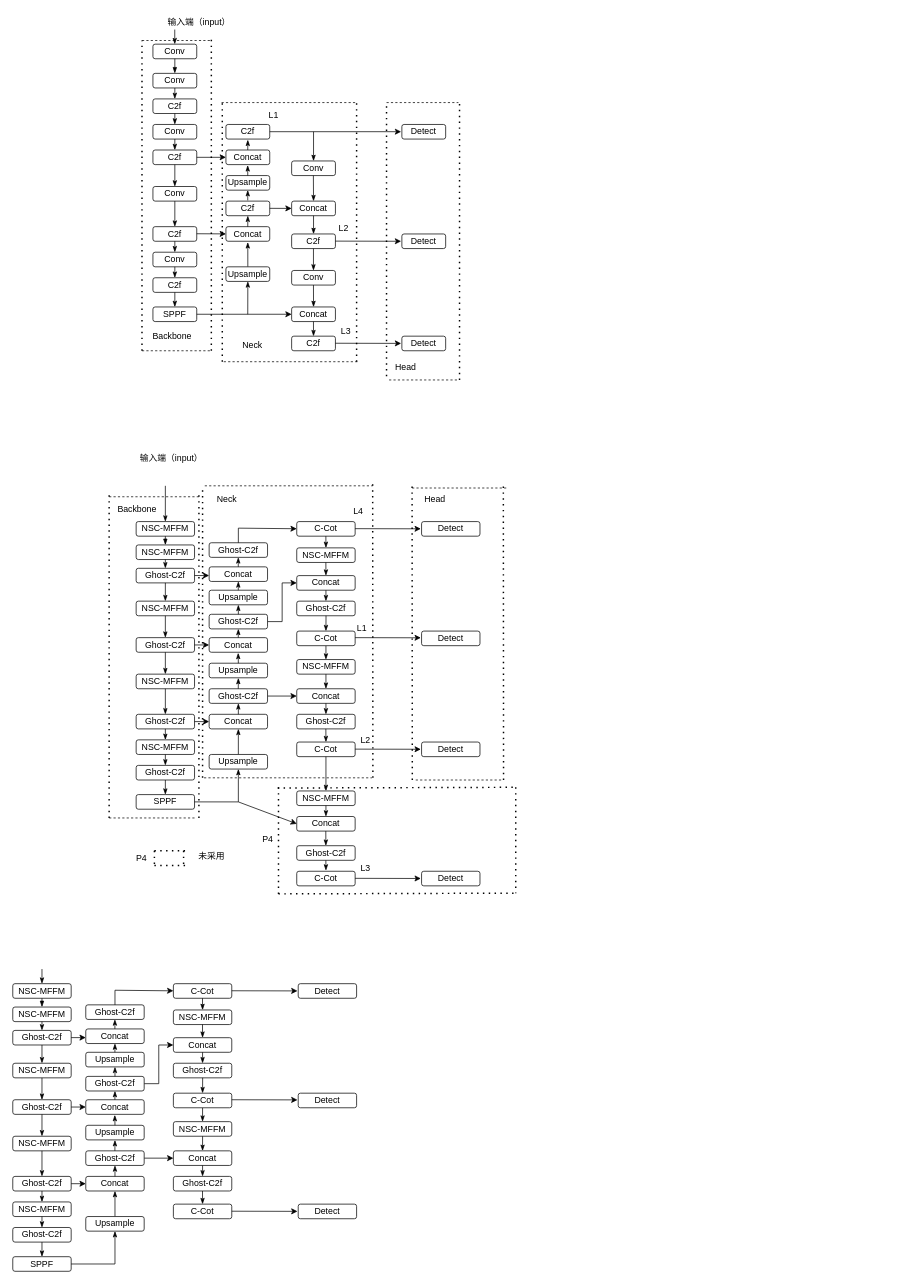
Before: nscot_yolo.drawio in recluse99/tcp_ip, a draw.io diagram. Source tidied: cells renumbered, new cells numbered last; positions are measured from the earlier drawing's top-left corner, leaving out a move shared by most shapes. Both pictures are drawn from the tidied source at 73%, with x=0, y=0 at pixel (12, 12).
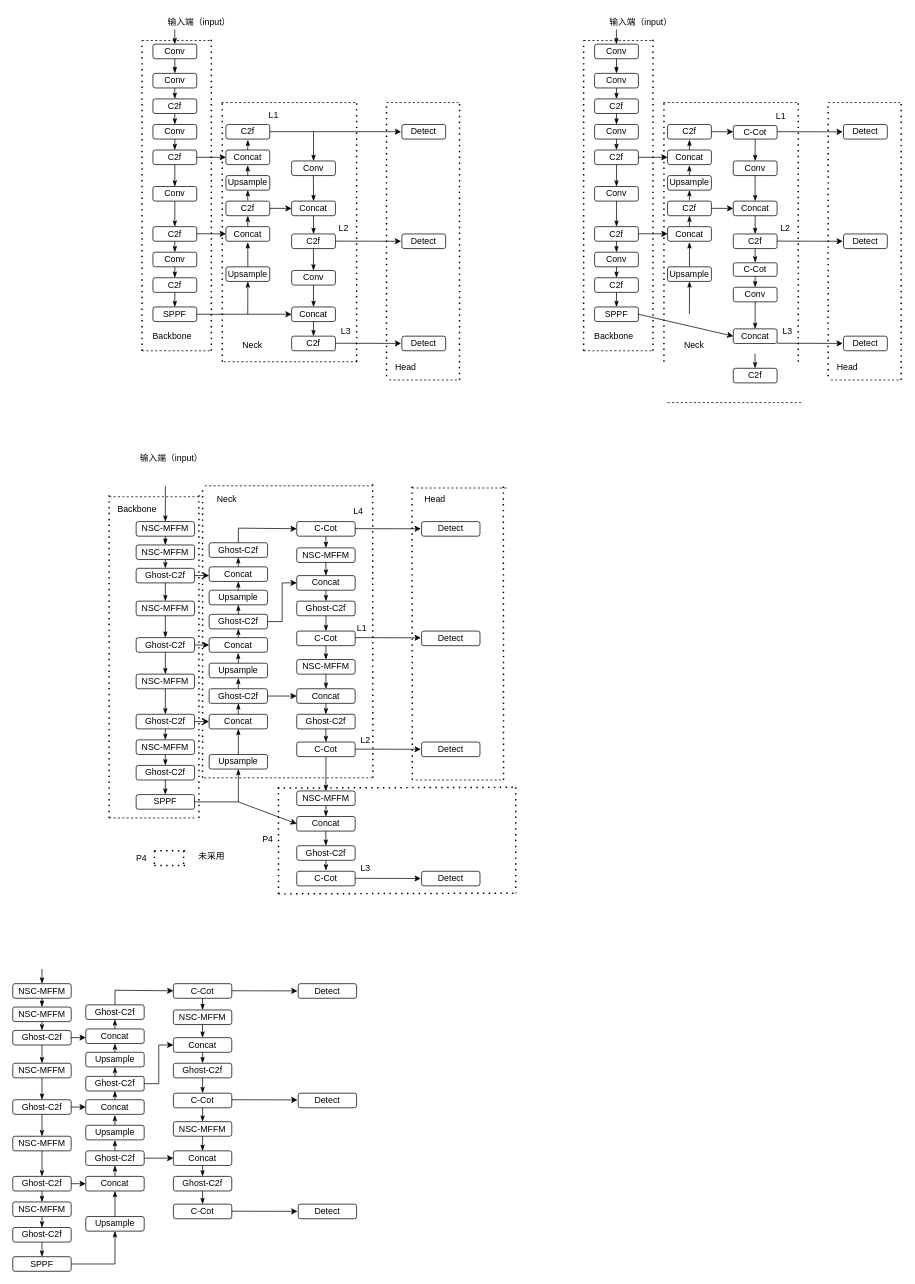
The same diagram, later.

What changed in the source:
```diff
@@
+    <mxCell id="254" value="Conv" style="rounded=1;whiteSpace=wrap;html=1;" parent="1" vertex="1">
+      <mxGeometry x="797" y="43" width="60" height="20" as="geometry" />
+    </mxCell>
+    <mxCell id="255" style="endArrow=blockThin;html=1;rounded=0;exitX=0.5;exitY=1;exitDx=0;exitDy=0;endFill=1;entryX=0.5;entryY=0;entryDx=0;entryDy=0;jumpSize=4;" parent="1" edge="1" source="254" target="256">
+      <mxGeometry relative="1" as="geometry" />
+    </mxCell>
+    <mxCell id="256" value="Conv" style="rounded=1;whiteSpace=wrap;html=1;" parent="1" vertex="1">
+      <mxGeometry x="797" y="83" width="60" height="20" as="geometry" />
+    </mxCell>
+    <mxCell id="257" style="endArrow=classicThin;html=1;rounded=0;exitX=0.5;exitY=1;exitDx=0;exitDy=0;endFill=1;entryX=0.5;entryY=0;entryDx=0;entryDy=0;" parent="1" edge="1" source="256" target="258">
+      <mxGeometry relative="1" as="geometry" />
+    </mxCell>
+    <mxCell id="258" value="C2f" style="rounded=1;whiteSpace=wrap;html=1;" parent="1" vertex="1">
+      <mxGeometry x="797" y="118" width="60" height="20" as="geometry" />
+    </mxCell>
+    <mxCell id="259" style="endArrow=classicThin;html=1;rounded=0;exitX=0.5;exitY=1;exitDx=0;exitDy=0;endFill=1;entryX=0.5;entryY=0;entryDx=0;entryDy=0;" parent="1" edge="1">
+      <mxGeometry relative="1" as="geometry">
+        <mxPoint x="826.9" y="23" as="sourcePoint" />
+        <mxPoint x="826.9" y="43" as="targetPoint" />
+      </mxGeometry>
+    </mxCell>
+    <mxCell id="260" value="输入端（input）" style="text;html=1;align=center;verticalAlign=middle;strokeColor=none;fillColor=none;" parent="1" vertex="1">
+      <mxGeometry x="808" width="104" height="26" as="geometry" />
+    </mxCell>
+    <mxCell id="261" style="endArrow=classicThin;html=1;rounded=0;exitX=0.5;exitY=1;exitDx=0;exitDy=0;endFill=1;entryX=0.5;entryY=0;entryDx=0;entryDy=0;" parent="1" edge="1" source="258" target="262">
+      <mxGeometry relative="1" as="geometry" />
+    </mxCell>
+    <mxCell id="262" value="Conv" style="rounded=1;whiteSpace=wrap;html=1;" parent="1" vertex="1">
+      <mxGeometry x="797" y="153" width="60" height="20" as="geometry" />
+    </mxCell>
+    <mxCell id="263" style="endArrow=classicThin;html=1;rounded=0;exitX=0.5;exitY=1;exitDx=0;exitDy=0;endFill=1;entryX=0.5;entryY=0;entryDx=0;entryDy=0;" parent="1" edge="1" source="262" target="264">
+      <mxGeometry relative="1" as="geometry" />
+    </mxCell>
+    <mxCell id="264" value="C2f" style="rounded=1;whiteSpace=wrap;html=1;" parent="1" vertex="1">
+      <mxGeometry x="797" y="188" width="60" height="20" as="geometry" />
+    </mxCell>
+    <mxCell id="265" style="endArrow=classicThin;html=1;rounded=0;exitX=0.5;exitY=1;exitDx=0;exitDy=0;endFill=1;entryX=0.5;entryY=0;entryDx=0;entryDy=0;" parent="1" edge="1" source="264" target="266">
+      <mxGeometry relative="1" as="geometry" />
+    </mxCell>
+    <mxCell id="266" value="Conv" style="rounded=1;whiteSpace=wrap;html=1;" parent="1" vertex="1">
+      <mxGeometry x="797" y="238" width="60" height="20" as="geometry" />
+    </mxCell>
+    <mxCell id="267" style="endArrow=classicThin;html=1;rounded=0;exitX=0.5;exitY=1;exitDx=0;exitDy=0;endFill=1;entryX=0.5;entryY=0;entryDx=0;entryDy=0;" parent="1" edge="1" source="266" target="268">
+      <mxGeometry relative="1" as="geometry" />
+    </mxCell>
+    <mxCell id="268" value="C2f" style="rounded=1;whiteSpace=wrap;html=1;" parent="1" vertex="1">
+      <mxGeometry x="797" y="293" width="60" height="20" as="geometry" />
+    </mxCell>
+    <mxCell id="269" style="endArrow=classicThin;html=1;rounded=0;exitX=0.5;exitY=1;exitDx=0;exitDy=0;endFill=1;entryX=0.5;entryY=0;entryDx=0;entryDy=0;" parent="1" edge="1" source="268" target="270">
+      <mxGeometry relative="1" as="geometry" />
+    </mxCell>
+    <mxCell id="270" value="Conv" style="rounded=1;whiteSpace=wrap;html=1;" parent="1" vertex="1">
+      <mxGeometry x="797" y="328" width="60" height="20" as="geometry" />
+    </mxCell>
+    <mxCell id="271" style="endArrow=classicThin;html=1;rounded=0;exitX=0.5;exitY=1;exitDx=0;exitDy=0;endFill=1;entryX=0.5;entryY=0;entryDx=0;entryDy=0;" parent="1" edge="1" source="270" target="272">
+      <mxGeometry relative="1" as="geometry" />
+    </mxCell>
+    <mxCell id="272" value="C2f" style="rounded=1;whiteSpace=wrap;html=1;" parent="1" vertex="1">
+      <mxGeometry x="797" y="363" width="60" height="20" as="geometry" />
+    </mxCell>
+    <mxCell id="273" style="endArrow=classicThin;html=1;rounded=0;exitX=0.5;exitY=1;exitDx=0;exitDy=0;endFill=1;entryX=0.5;entryY=0;entryDx=0;entryDy=0;" parent="1" edge="1" source="272" target="274">
+      <mxGeometry relative="1" as="geometry" />
+    </mxCell>
+    <mxCell id="274" value="SPPF" style="rounded=1;whiteSpace=wrap;html=1;" parent="1" vertex="1">
+      <mxGeometry x="797" y="403" width="60" height="20" as="geometry" />
+    </mxCell>
+    <mxCell id="275" value="Concat" style="rounded=1;whiteSpace=wrap;html=1;" parent="1" vertex="1">
+      <mxGeometry x="897" y="293" width="60" height="20" as="geometry" />
+    </mxCell>
+    <mxCell id="276" style="endArrow=classicThin;html=1;rounded=0;endFill=1;exitX=0.5;exitY=0;exitDx=0;exitDy=0;entryX=0.499;entryY=1.069;entryDx=0;entryDy=0;entryPerimeter=0;" parent="1" edge="1" source="280" target="275">
+      <mxGeometry relative="1" as="geometry" />
+    </mxCell>
+    <mxCell id="277" value="Concat" style="rounded=1;whiteSpace=wrap;html=1;" parent="1" vertex="1">
+      <mxGeometry x="897" y="188" width="60" height="20" as="geometry" />
+    </mxCell>
+    <mxCell id="278" value="C2f" style="rounded=1;whiteSpace=wrap;html=1;" parent="1" vertex="1">
+      <mxGeometry x="897" y="153" width="60" height="20" as="geometry" />
+    </mxCell>
+    <mxCell id="279" value="C2f" style="rounded=1;whiteSpace=wrap;html=1;" parent="1" vertex="1">
+      <mxGeometry x="897" y="258" width="60" height="20" as="geometry" />
+    </mxCell>
+    <mxCell id="280" value="Upsample" style="rounded=1;whiteSpace=wrap;html=1;" parent="1" vertex="1">
+      <mxGeometry x="897" y="348" width="60" height="20" as="geometry" />
+    </mxCell>
+    <mxCell id="281" style="endArrow=classicThin;html=1;rounded=0;endFill=1;" parent="1" edge="1">
+      <mxGeometry relative="1" as="geometry">
+        <mxPoint x="1017" y="173" as="sourcePoint" />
+        <mxPoint x="1017" y="203" as="targetPoint" />
+      </mxGeometry>
+    </mxCell>
+    <mxCell id="282" value="Conv" style="rounded=1;whiteSpace=wrap;html=1;" parent="1" vertex="1">
+      <mxGeometry x="987" y="203" width="60" height="20" as="geometry" />
+    </mxCell>
+    <mxCell id="283" value="Concat" style="rounded=1;whiteSpace=wrap;html=1;" parent="1" vertex="1">
+      <mxGeometry x="987" y="258" width="60" height="20" as="geometry" />
+    </mxCell>
+    <mxCell id="284" value="C2f" style="rounded=1;whiteSpace=wrap;html=1;" parent="1" vertex="1">
+      <mxGeometry x="987" y="303" width="60" height="20" as="geometry" />
+    </mxCell>
+    <mxCell id="285" value="Conv" style="rounded=1;whiteSpace=wrap;html=1;" parent="1" vertex="1">
+      <mxGeometry x="987" y="376" width="60" height="20" as="geometry" />
+    </mxCell>
+    <mxCell id="286" value="Concat" style="rounded=1;whiteSpace=wrap;html=1;" parent="1" vertex="1">
+      <mxGeometry x="987" y="433" width="60" height="20" as="geometry" />
+    </mxCell>
+    <mxCell id="287" value="C2f" style="rounded=1;whiteSpace=wrap;html=1;" parent="1" vertex="1">
+      <mxGeometry x="987" y="487" width="60" height="20" as="geometry" />
+    </mxCell>
+    <mxCell id="288" style="endArrow=classicThin;html=1;rounded=0;endFill=1;exitX=0.5;exitY=0;exitDx=0;exitDy=0;entryX=0.5;entryY=0;entryDx=0;entryDy=0;" parent="1" edge="1" target="283">
+      <mxGeometry relative="1" as="geometry">
+        <mxPoint x="1016.8" y="223" as="sourcePoint" />
+      </mxGeometry>
+    </mxCell>
+    <mxCell id="289" style="endArrow=classicThin;html=1;rounded=0;endFill=1;entryX=0.5;entryY=0;entryDx=0;entryDy=0;" parent="1" edge="1" target="284">
+      <mxGeometry relative="1" as="geometry">
+        <mxPoint x="1017" y="278" as="sourcePoint" />
+      </mxGeometry>
+    </mxCell>
+    <mxCell id="290" style="endArrow=classicThin;html=1;rounded=0;endFill=1;exitX=0.5;exitY=0;exitDx=0;exitDy=0;" parent="1" edge="1">
+      <mxGeometry relative="1" as="geometry">
+        <mxPoint x="1016.9" y="323" as="sourcePoint" />
+        <mxPoint x="1017" y="342" as="targetPoint" />
+      </mxGeometry>
+    </mxCell>
+    <mxCell id="291" style="endArrow=classicThin;html=1;rounded=0;endFill=1;entryX=0.5;entryY=0;entryDx=0;entryDy=0;" parent="1" edge="1" target="286">
+      <mxGeometry relative="1" as="geometry">
+        <mxPoint x="1017" y="396" as="sourcePoint" />
+      </mxGeometry>
+    </mxCell>
+    <mxCell id="292" style="endArrow=classicThin;html=1;rounded=0;endFill=1;exitX=0.5;exitY=0;exitDx=0;exitDy=0;" parent="1" edge="1">
+      <mxGeometry relative="1" as="geometry">
+        <mxPoint x="1016.8" y="467" as="sourcePoint" />
+        <mxPoint x="1016.9" y="487" as="targetPoint" />
+      </mxGeometry>
+    </mxCell>
+    <mxCell id="293" style="endArrow=classic;html=1;rounded=0;" parent="1" edge="1">
+      <mxGeometry relative="1" as="geometry">
+        <mxPoint x="1047" y="312.8" as="sourcePoint" />
+        <mxPoint x="1137" y="313" as="targetPoint" />
+      </mxGeometry>
+    </mxCell>
+    <mxCell id="294" style="endArrow=classic;html=1;rounded=0;" parent="1" edge="1">
+      <mxGeometry relative="1" as="geometry">
+        <mxPoint x="1047" y="452.7" as="sourcePoint" />
+        <mxPoint x="1137" y="452.9" as="targetPoint" />
+      </mxGeometry>
+    </mxCell>
+    <mxCell id="295" style="endArrow=classic;html=1;rounded=0;exitX=1;exitY=0.5;exitDx=0;exitDy=0;entryX=0;entryY=0.5;entryDx=0;entryDy=0;" parent="1" edge="1" source="274" target="286">
+      <mxGeometry relative="1" as="geometry" />
+    </mxCell>
+    <mxCell id="296" style="endArrow=classicThin;html=1;rounded=0;endFill=1;entryX=0.5;entryY=1;entryDx=0;entryDy=0;exitX=0.5;exitY=0;exitDx=0;exitDy=0;" parent="1" edge="1" target="280">
+      <mxGeometry relative="1" as="geometry">
+        <mxPoint x="926.9" y="413" as="sourcePoint" />
+      </mxGeometry>
+    </mxCell>
+    <mxCell id="297" style="endArrow=classic;html=1;rounded=0;" parent="1" edge="1">
+      <mxGeometry relative="1" as="geometry">
+        <mxPoint x="857" y="302.7" as="sourcePoint" />
+        <mxPoint x="897" y="302.9" as="targetPoint" />
+      </mxGeometry>
+    </mxCell>
+    <mxCell id="298" value="Upsample" style="rounded=1;whiteSpace=wrap;html=1;" parent="1" vertex="1">
+      <mxGeometry x="897" y="223" width="60" height="20" as="geometry" />
+    </mxCell>
+    <mxCell id="299" style="endArrow=classicThin;html=1;rounded=0;endFill=1;entryX=0.5;entryY=1;entryDx=0;entryDy=0;" parent="1" edge="1" target="279">
+      <mxGeometry relative="1" as="geometry">
+        <mxPoint x="926.9" y="293" as="sourcePoint" />
+      </mxGeometry>
+    </mxCell>
+    <mxCell id="300" style="endArrow=classicThin;html=1;rounded=0;endFill=1;entryX=0.499;entryY=1.069;entryDx=0;entryDy=0;entryPerimeter=0;" parent="1" edge="1">
+      <mxGeometry relative="1" as="geometry">
+        <mxPoint x="926.9" y="257" as="sourcePoint" />
+        <mxPoint x="926.9" y="243" as="targetPoint" />
+      </mxGeometry>
+    </mxCell>
+    <mxCell id="301" style="endArrow=classicThin;html=1;rounded=0;endFill=1;exitX=0.5;exitY=0;exitDx=0;exitDy=0;entryX=0.497;entryY=1.046;entryDx=0;entryDy=0;entryPerimeter=0;" parent="1" edge="1" target="277">
+      <mxGeometry relative="1" as="geometry">
+        <mxPoint x="926.9" y="223" as="sourcePoint" />
+      </mxGeometry>
+    </mxCell>
+    <mxCell id="302" style="endArrow=classic;html=1;rounded=0;entryX=0;entryY=0.5;entryDx=0;entryDy=0;exitX=1;exitY=0.5;exitDx=0;exitDy=0;" parent="1" edge="1" source="264" target="277">
+      <mxGeometry relative="1" as="geometry" />
+    </mxCell>
+    <mxCell id="303" style="endArrow=classicThin;html=1;rounded=0;endFill=1;exitX=0.5;exitY=0;exitDx=0;exitDy=0;entryX=0.497;entryY=1.046;entryDx=0;entryDy=0;entryPerimeter=0;" parent="1" edge="1">
+      <mxGeometry relative="1" as="geometry">
+        <mxPoint x="926.9" y="188" as="sourcePoint" />
+        <mxPoint x="927" y="174" as="targetPoint" />
+      </mxGeometry>
+    </mxCell>
+    <mxCell id="304" style="endArrow=classic;html=1;rounded=0;entryX=0;entryY=0.5;entryDx=0;entryDy=0;" parent="1" edge="1" target="283">
+      <mxGeometry relative="1" as="geometry">
+        <mxPoint x="957" y="267.9" as="sourcePoint" />
+      </mxGeometry>
+    </mxCell>
+    <mxCell id="305" value="Detect" style="rounded=1;whiteSpace=wrap;html=1;" parent="1" vertex="1">
+      <mxGeometry x="1138" y="153" width="60" height="20" as="geometry" />
+    </mxCell>
+    <mxCell id="306" value="Detect" style="rounded=1;whiteSpace=wrap;html=1;" parent="1" vertex="1">
+      <mxGeometry x="1138" y="303" width="60" height="20" as="geometry" />
+    </mxCell>
+    <mxCell id="307" value="Detect" style="rounded=1;whiteSpace=wrap;html=1;" parent="1" vertex="1">
+      <mxGeometry x="1138" y="443" width="60" height="20" as="geometry" />
+    </mxCell>
+    <mxCell id="308" value="L1" style="text;html=1;align=center;verticalAlign=middle;strokeColor=none;fillColor=none;" parent="1" vertex="1">
+      <mxGeometry x="1036" y="128.5" width="31" height="26" as="geometry" />
+    </mxCell>
+    <mxCell id="309" value="L2" style="text;html=1;align=center;verticalAlign=middle;strokeColor=none;fillColor=none;" parent="1" vertex="1">
+      <mxGeometry x="1042" y="283" width="31" height="26" as="geometry" />
+    </mxCell>
+    <mxCell id="310" value="L3" style="text;html=1;align=center;verticalAlign=middle;strokeColor=none;fillColor=none;" parent="1" vertex="1">
+      <mxGeometry x="1045" y="424" width="31" height="26" as="geometry" />
+    </mxCell>
+    <mxCell id="311" style="endArrow=none;dashed=1;html=1;dashPattern=1 3;strokeWidth=2;rounded=0;" parent="1" edge="1">
+      <mxGeometry relative="1" as="geometry">
+        <mxPoint x="892" y="478" as="sourcePoint" />
+        <mxPoint x="892" y="123" as="targetPoint" />
+      </mxGeometry>
+    </mxCell>
+    <mxCell id="312" style="endArrow=none;dashed=1;html=1;rounded=0;" parent="1" edge="1">
+      <mxGeometry relative="1" as="geometry">
+        <mxPoint x="782" y="38" as="sourcePoint" />
+        <mxPoint x="877" y="38" as="targetPoint" />
+      </mxGeometry>
+    </mxCell>
+    <mxCell id="313" style="endArrow=none;dashed=1;html=1;dashPattern=1 3;strokeWidth=2;rounded=0;" parent="1" edge="1">
+      <mxGeometry relative="1" as="geometry">
+        <mxPoint x="877" y="463" as="sourcePoint" />
+        <mxPoint x="877" y="33" as="targetPoint" />
+      </mxGeometry>
+    </mxCell>
+    <mxCell id="314" style="endArrow=none;dashed=1;html=1;rounded=0;" parent="1" edge="1">
+      <mxGeometry relative="1" as="geometry">
+        <mxPoint x="782" y="463" as="sourcePoint" />
+        <mxPoint x="877" y="463" as="targetPoint" />
+      </mxGeometry>
+    </mxCell>
+    <mxCell id="315" value="Backbone" style="text;html=1;align=center;verticalAlign=middle;strokeColor=none;fillColor=none;" parent="1" vertex="1">
+      <mxGeometry x="785" y="428" width="75" height="30" as="geometry" />
+    </mxCell>
+    <mxCell id="316" style="endArrow=none;dashed=1;html=1;dashPattern=1 3;strokeWidth=2;rounded=0;" parent="1" edge="1">
+      <mxGeometry relative="1" as="geometry">
+        <mxPoint x="782" y="463" as="sourcePoint" />
+        <mxPoint x="782" y="38" as="targetPoint" />
+      </mxGeometry>
+    </mxCell>
+    <mxCell id="317" style="endArrow=none;dashed=1;html=1;rounded=0;" parent="1" edge="1">
+      <mxGeometry relative="1" as="geometry">
+        <mxPoint x="891" y="123" as="sourcePoint" />
+        <mxPoint x="1076" y="123" as="targetPoint" />
+      </mxGeometry>
+    </mxCell>
+    <mxCell id="318" style="endArrow=none;dashed=1;html=1;dashPattern=1 3;strokeWidth=2;rounded=0;" parent="1" edge="1">
+      <mxGeometry relative="1" as="geometry">
+        <mxPoint x="1076" y="478" as="sourcePoint" />
+        <mxPoint x="1076" y="123" as="targetPoint" />
+      </mxGeometry>
+    </mxCell>
+    <mxCell id="319" style="endArrow=none;dashed=1;html=1;rounded=0;" parent="1" edge="1">
+      <mxGeometry relative="1" as="geometry">
+        <mxPoint x="897" y="534" as="sourcePoint" />
+        <mxPoint x="1082" y="534" as="targetPoint" />
+      </mxGeometry>
+    </mxCell>
+    <mxCell id="320" value="Neck" style="text;html=1;align=center;verticalAlign=middle;strokeColor=none;fillColor=none;" parent="1" vertex="1">
+      <mxGeometry x="908" y="441" width="50" height="30" as="geometry" />
+    </mxCell>
+    <mxCell id="321" style="endArrow=none;dashed=1;html=1;dashPattern=1 3;strokeWidth=2;rounded=0;" parent="1" edge="1">
+      <mxGeometry relative="1" as="geometry">
+        <mxPoint x="1117" y="498" as="sourcePoint" />
+        <mxPoint x="1117" y="123" as="targetPoint" />
+      </mxGeometry>
+    </mxCell>
+    <mxCell id="322" style="endArrow=none;dashed=1;html=1;rounded=0;" parent="1" edge="1">
+      <mxGeometry relative="1" as="geometry">
+        <mxPoint x="1120.5" y="503" as="sourcePoint" />
+        <mxPoint x="1215.5" y="503" as="targetPoint" />
+      </mxGeometry>
+    </mxCell>
+    <mxCell id="323" style="endArrow=none;dashed=1;html=1;dashPattern=1 3;strokeWidth=2;rounded=0;" parent="1" edge="1">
+      <mxGeometry relative="1" as="geometry">
+        <mxPoint x="1217" y="503" as="sourcePoint" />
+        <mxPoint x="1217" y="123" as="targetPoint" />
+      </mxGeometry>
+    </mxCell>
+    <mxCell id="324" style="endArrow=none;dashed=1;html=1;rounded=0;" parent="1" edge="1">
+      <mxGeometry relative="1" as="geometry">
+        <mxPoint x="1117" y="123" as="sourcePoint" />
+        <mxPoint x="1215.5" y="123" as="targetPoint" />
+      </mxGeometry>
+    </mxCell>
+    <mxCell id="325" value="Head" style="text;html=1;align=center;verticalAlign=middle;strokeColor=none;fillColor=none;" parent="1" vertex="1">
+      <mxGeometry x="1118" y="471" width="50" height="30" as="geometry" />
+    </mxCell>
+    <mxCell id="326" value="C-Cot" style="rounded=1;whiteSpace=wrap;html=1;" parent="1" vertex="1">
+      <mxGeometry x="987" y="154.5" width="60" height="18.5" as="geometry" />
+    </mxCell>
+    <mxCell id="327" style="endArrow=classic;html=1;rounded=0;entryX=0;entryY=0.5;entryDx=0;entryDy=0;" parent="1" edge="1">
+      <mxGeometry relative="1" as="geometry">
+        <mxPoint x="957" y="162.9" as="sourcePoint" />
+        <mxPoint x="987" y="163" as="targetPoint" />
+      </mxGeometry>
+    </mxCell>
+    <mxCell id="328" style="endArrow=classic;html=1;rounded=0;" parent="1" edge="1">
+      <mxGeometry relative="1" as="geometry">
+        <mxPoint x="1047" y="162.9" as="sourcePoint" />
+        <mxPoint x="1137" y="163.1" as="targetPoint" />
+      </mxGeometry>
+    </mxCell>
+    <mxCell id="329" value="C-Cot" style="rounded=1;whiteSpace=wrap;html=1;" parent="1" vertex="1">
+      <mxGeometry x="987" y="342.5" width="60" height="18.5" as="geometry" />
+    </mxCell>
+    <mxCell id="330" style="endArrow=classicThin;html=1;rounded=0;endFill=1;exitX=0.5;exitY=0;exitDx=0;exitDy=0;" parent="1" edge="1">
+      <mxGeometry relative="1" as="geometry">
+        <mxPoint x="1016.9" y="361" as="sourcePoint" />
+        <mxPoint x="1017" y="376" as="targetPoint" />
+      </mxGeometry>
+    </mxCell>
```
